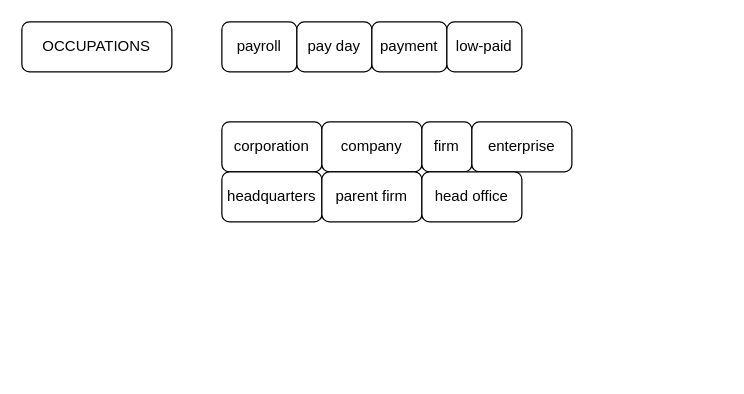
Before: 职场英语.drawio in yanhanfrontend/draw.io.workspace, a draw.io diagram. Source tidied: cells renumbered, new cells numbered last; positions are measured from the earlier drawing's top-left corner, leaving out a move shared by most shapes. Both pictures are drawn from the tidied source at 125%, with x=0, y=0 at pixel (21, 21).
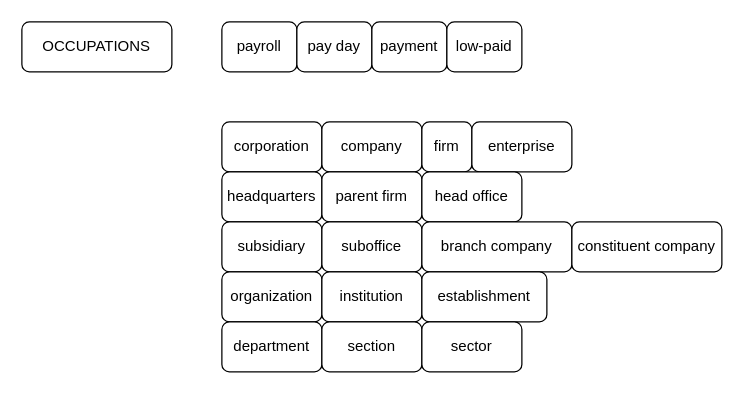
Above is the later version.

Commit message (it also covers changes not shown here):
更新职场英语.drawio

What changed in the source:
```diff
@@
+    <mxCell id="14" value="subsidiary" style="rounded=1;whiteSpace=wrap;html=1;" parent="1" vertex="1">
+      <mxGeometry x="160" y="160" width="80" height="40" as="geometry" />
+    </mxCell>
+    <mxCell id="15" value="suboffice" style="rounded=1;whiteSpace=wrap;html=1;" parent="1" vertex="1">
+      <mxGeometry x="240" y="160" width="80" height="40" as="geometry" />
+    </mxCell>
+    <mxCell id="16" value="branch company" style="rounded=1;whiteSpace=wrap;html=1;" parent="1" vertex="1">
+      <mxGeometry x="320" y="160" width="120" height="40" as="geometry" />
+    </mxCell>
+    <mxCell id="17" value="constituent company" style="rounded=1;whiteSpace=wrap;html=1;" parent="1" vertex="1">
+      <mxGeometry x="440" y="160" width="120" height="40" as="geometry" />
+    </mxCell>
+    <mxCell id="18" value="organization" style="rounded=1;whiteSpace=wrap;html=1;" parent="1" vertex="1">
+      <mxGeometry x="160" y="200" width="80" height="40" as="geometry" />
+    </mxCell>
+    <mxCell id="19" value="institution" style="rounded=1;whiteSpace=wrap;html=1;" parent="1" vertex="1">
+      <mxGeometry x="240" y="200" width="80" height="40" as="geometry" />
+    </mxCell>
+    <mxCell id="20" value="establishment" style="rounded=1;whiteSpace=wrap;html=1;" parent="1" vertex="1">
+      <mxGeometry x="320" y="200" width="100" height="40" as="geometry" />
+    </mxCell>
+    <mxCell id="21" value="department" style="rounded=1;whiteSpace=wrap;html=1;" parent="1" vertex="1">
+      <mxGeometry x="160" y="240" width="80" height="40" as="geometry" />
+    </mxCell>
+    <mxCell id="22" value="section" style="rounded=1;whiteSpace=wrap;html=1;" parent="1" vertex="1">
+      <mxGeometry x="240" y="240" width="80" height="40" as="geometry" />
+    </mxCell>
+    <mxCell id="23" value="sector" style="rounded=1;whiteSpace=wrap;html=1;" parent="1" vertex="1">
+      <mxGeometry x="320" y="240" width="80" height="40" as="geometry" />
+    </mxCell>
```
